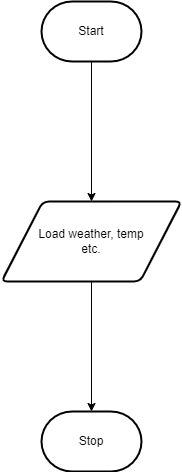
Above: design/flowchart.png in MikeyGloriani/ICS2O-Unit-6-03-JS (draw.io), before the change. Source tidied: cells renumbered, new cells last; positions are measured from the earlier drawing's top-left corner, leaving out a move shared by most shapes. Source of this version:
```xml
<mxGraphModel>
  <root>
    <mxCell id="0" />
    <mxCell id="1" parent="0" />
    <mxCell id="2" style="edgeStyle=none;html=1;" parent="1" edge="1" source="3" target="6">
      <mxGeometry relative="1" as="geometry" />
    </mxCell>
    <mxCell id="3" value="Start" style="strokeWidth=2;html=1;shape=mxgraph.flowchart.terminator;whiteSpace=wrap;" parent="1" vertex="1">
      <mxGeometry x="40" width="100" height="60" as="geometry" />
    </mxCell>
    <mxCell id="4" value="Stop" style="strokeWidth=2;html=1;shape=mxgraph.flowchart.terminator;whiteSpace=wrap;" parent="1" vertex="1">
      <mxGeometry x="40" y="410" width="100" height="60" as="geometry" />
    </mxCell>
    <mxCell id="5" style="edgeStyle=none;html=1;" parent="1" edge="1" source="6" target="4">
      <mxGeometry relative="1" as="geometry" />
    </mxCell>
    <mxCell id="6" value="Load weather, temp&lt;br&gt;etc." style="shape=parallelogram;html=1;strokeWidth=2;perimeter=parallelogramPerimeter;whiteSpace=wrap;rounded=1;arcSize=12;size=0.23;" parent="1" vertex="1">
      <mxGeometry y="200" width="180" height="80" as="geometry" />
    </mxCell>
  </root>
</mxGraphModel>
```
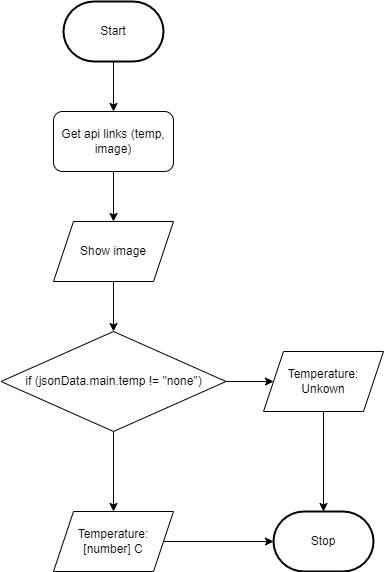
After the commit.

Change to the diagram source:
```diff
@@ -2,20 +2,47 @@
   <root>
     <mxCell id="0" />
     <mxCell id="1" parent="0" />
-    <mxCell id="2" style="edgeStyle=none;html=1;" parent="1" edge="1" source="3" target="6">
+    <mxCell id="2" style="edgeStyle=none;html=1;entryX=0.5;entryY=0;entryDx=0;entryDy=0;" parent="1" edge="1" source="3" target="6">
       <mxGeometry relative="1" as="geometry" />
     </mxCell>
     <mxCell id="3" value="Start" style="strokeWidth=2;html=1;shape=mxgraph.flowchart.terminator;whiteSpace=wrap;" parent="1" vertex="1">
       <mxGeometry x="40" width="100" height="60" as="geometry" />
     </mxCell>
     <mxCell id="4" value="Stop" style="strokeWidth=2;html=1;shape=mxgraph.flowchart.terminator;whiteSpace=wrap;" parent="1" vertex="1">
-      <mxGeometry x="40" y="410" width="100" height="60" as="geometry" />
+      <mxGeometry x="250" y="510" width="100" height="60" as="geometry" />
     </mxCell>
+    <mxCell id="7" style="edgeStyle=none;html=1;entryX=0.5;entryY=0;entryDx=0;entryDy=0;" parent="1" edge="1" source="6" target="5">
+      <mxGeometry relative="1" as="geometry" />
+    </mxCell>
+    <mxCell id="6" value="Get api links (temp, image)" style="rounded=1;whiteSpace=wrap;html=1;" parent="1" vertex="1">
+      <mxGeometry x="30" y="110" width="120" height="60" as="geometry" />
+    </mxCell>
+    <mxCell id="8" style="edgeStyle=none;html=1;entryX=0.5;entryY=0;entryDx=0;entryDy=0;" parent="1" edge="1" source="5" target="11">
+      <mxGeometry relative="1" as="geometry" />
+    </mxCell>
-    <mxCell id="5" style="edgeStyle=none;html=1;" parent="1" edge="1" source="6" target="4">
-      <mxGeometry relative="1" as="geometry" />
+    <mxCell id="5" value="Show image" style="shape=parallelogram;perimeter=parallelogramPerimeter;whiteSpace=wrap;html=1;fixedSize=1;" parent="1" vertex="1">
+      <mxGeometry x="30" y="220" width="120" height="60" as="geometry" />
     </mxCell>
-    <mxCell id="6" value="Load weather, temp&lt;br&gt;etc." style="shape=parallelogram;html=1;strokeWidth=2;perimeter=parallelogramPerimeter;whiteSpace=wrap;rounded=1;arcSize=12;size=0.23;" parent="1" vertex="1">
-      <mxGeometry y="200" width="180" height="80" as="geometry" />
-    </mxCell>
+    <mxCell id="9" style="edgeStyle=none;html=1;" parent="1" edge="1" source="11" target="13">
+      <mxGeometry relative="1" as="geometry" />
+    </mxCell>
+    <mxCell id="10" style="edgeStyle=none;html=1;" parent="1" edge="1" source="11" target="15">
+      <mxGeometry relative="1" as="geometry" />
+    </mxCell>
+    <mxCell id="11" value="if (jsonData.main.temp != &quot;none&quot;)" style="rhombus;whiteSpace=wrap;html=1;" parent="1" vertex="1">
+      <mxGeometry x="-22.5" y="330" width="225" height="100" as="geometry" />
+    </mxCell>
+    <mxCell id="12" style="edgeStyle=none;html=1;entryX=0;entryY=0.5;entryDx=0;entryDy=0;entryPerimeter=0;" parent="1" edge="1" source="13" target="4">
+      <mxGeometry relative="1" as="geometry" />
+    </mxCell>
+    <mxCell id="13" value="Temperature: [number] C" style="shape=parallelogram;perimeter=parallelogramPerimeter;whiteSpace=wrap;html=1;fixedSize=1;" parent="1" vertex="1">
+      <mxGeometry x="30" y="510" width="120" height="60" as="geometry" />
+    </mxCell>
+    <mxCell id="14" style="edgeStyle=none;html=1;entryX=0.5;entryY=0;entryDx=0;entryDy=0;entryPerimeter=0;" parent="1" edge="1" source="15" target="4">
+      <mxGeometry relative="1" as="geometry" />
+    </mxCell>
+    <mxCell id="15" value="Temperature: &lt;br&gt;Unkown" style="shape=parallelogram;perimeter=parallelogramPerimeter;whiteSpace=wrap;html=1;fixedSize=1;" parent="1" vertex="1">
+      <mxGeometry x="240" y="350" width="120" height="60" as="geometry" />
+    </mxCell>
   </root>
 </mxGraphModel>
```
